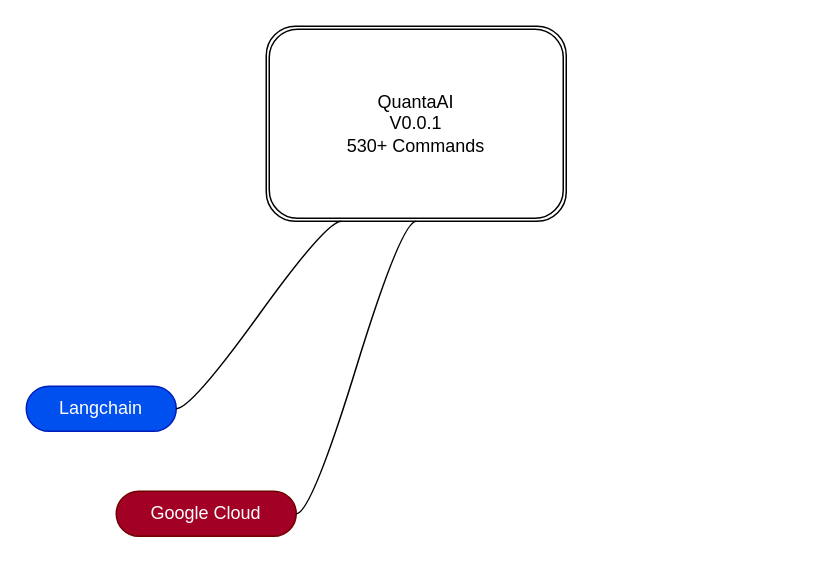
wadedesign/QuantaAI keeps this draw.io diagram as QuantaProjects/Base/wadder.drawio. Above is the earlier version. Source tidied: cells renumbered, new cells numbered last; positions are measured from the earlier drawing's top-left corner, leaving out a move shared by most shapes. Both pictures are drawn from the tidied source at 150%, with x=0, y=0 at pixel (26, 26).
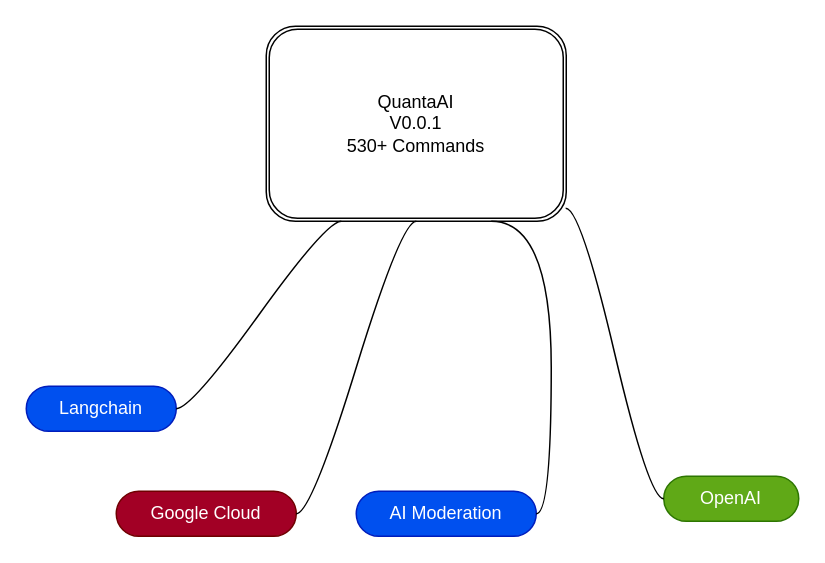
The same diagram, later.

Commit message:
Wednesday, June 14, 2023 at 12:34 PM Central Daylight Time

Diff of the diagram source:
```diff
@@
 <mxGraphModel>
   <root>
     <mxCell id="0" />
     <mxCell id="1" parent="0" />
     <mxCell id="2" value="QuantaAI&lt;br&gt;V0.0.1&lt;br&gt;530+ Commands" style="shape=ext;double=1;rounded=1;whiteSpace=wrap;html=1;" parent="1" vertex="1">
       <mxGeometry x="160" width="200" height="130" as="geometry" />
     </mxCell>
     <mxCell id="3" value="Langchain&lt;br&gt;" style="whiteSpace=wrap;html=1;rounded=1;arcSize=50;align=center;verticalAlign=middle;strokeWidth=1;spacing=4;newEdgeStyle={&quot;edgeStyle&quot;:&quot;entityRelationEdgeStyle&quot;,&quot;startArrow&quot;:&quot;none&quot;,&quot;endArrow&quot;:&quot;none&quot;,&quot;segment&quot;:10,&quot;curved&quot;:1,&quot;sourcePerimeterSpacing&quot;:0,&quot;targetPerimeterSpacing&quot;:0};fillColor=#0050ef;fontColor=#ffffff;strokeColor=#001DBC;" parent="1" vertex="1" collapsed="1">
       <mxGeometry y="240" width="100" height="30" as="geometry" />
     </mxCell>
     <mxCell id="4" style="edgeStyle=entityRelationEdgeStyle;startArrow=none;endArrow=none;segment=10;curved=1;sourcePerimeterSpacing=0;targetPerimeterSpacing=0;exitX=0.25;exitY=1;exitDx=0;exitDy=0;" parent="1" edge="1" source="2" target="3">
       <mxGeometry relative="1" as="geometry" />
     </mxCell>
     <mxCell id="5" value="Google Cloud" style="whiteSpace=wrap;html=1;rounded=1;arcSize=50;align=center;verticalAlign=middle;strokeWidth=1;spacing=4;newEdgeStyle={&quot;edgeStyle&quot;:&quot;entityRelationEdgeStyle&quot;,&quot;startArrow&quot;:&quot;none&quot;,&quot;endArrow&quot;:&quot;none&quot;,&quot;segment&quot;:10,&quot;curved&quot;:1,&quot;sourcePerimeterSpacing&quot;:0,&quot;targetPerimeterSpacing&quot;:0};fillColor=#a20025;fontColor=#ffffff;strokeColor=#6F0000;" parent="1" vertex="1">
       <mxGeometry x="60" y="310" width="120" height="30" as="geometry" />
     </mxCell>
     <mxCell id="6" style="edgeStyle=entityRelationEdgeStyle;startArrow=none;endArrow=none;segment=10;curved=1;sourcePerimeterSpacing=0;targetPerimeterSpacing=0;exitX=0.5;exitY=1;exitDx=0;exitDy=0;" parent="1" edge="1" source="2" target="5">
       <mxGeometry relative="1" as="geometry" />
     </mxCell>
+    <mxCell id="7" value="AI Moderation" style="whiteSpace=wrap;html=1;rounded=1;arcSize=50;align=center;verticalAlign=middle;strokeWidth=1;spacing=4;newEdgeStyle={&quot;edgeStyle&quot;:&quot;entityRelationEdgeStyle&quot;,&quot;startArrow&quot;:&quot;none&quot;,&quot;endArrow&quot;:&quot;none&quot;,&quot;segment&quot;:10,&quot;curved&quot;:1,&quot;sourcePerimeterSpacing&quot;:0,&quot;targetPerimeterSpacing&quot;:0};fillColor=#0050ef;fontColor=#ffffff;strokeColor=#001DBC;" parent="1" vertex="1">
+      <mxGeometry x="220" y="310" width="120" height="30" as="geometry" />
+    </mxCell>
+    <mxCell id="8" style="edgeStyle=entityRelationEdgeStyle;startArrow=none;endArrow=none;segment=10;curved=1;sourcePerimeterSpacing=0;targetPerimeterSpacing=0;exitX=0.75;exitY=1;exitDx=0;exitDy=0;" parent="1" edge="1" source="2" target="7">
+      <mxGeometry relative="1" as="geometry" />
+    </mxCell>
+    <mxCell id="9" value="OpenAI" style="whiteSpace=wrap;html=1;rounded=1;arcSize=50;align=center;verticalAlign=middle;strokeWidth=1;spacing=4;newEdgeStyle={&quot;edgeStyle&quot;:&quot;entityRelationEdgeStyle&quot;,&quot;startArrow&quot;:&quot;none&quot;,&quot;endArrow&quot;:&quot;none&quot;,&quot;segment&quot;:10,&quot;curved&quot;:1,&quot;sourcePerimeterSpacing&quot;:0,&quot;targetPerimeterSpacing&quot;:0};fillColor=#60a917;fontColor=#ffffff;strokeColor=#2D7600;" parent="1" vertex="1" collapsed="1">
+      <mxGeometry x="425" y="300" width="90" height="30" as="geometry" />
+    </mxCell>
+    <mxCell id="10" style="edgeStyle=entityRelationEdgeStyle;startArrow=none;endArrow=none;segment=10;curved=1;sourcePerimeterSpacing=0;targetPerimeterSpacing=0;exitX=0.998;exitY=0.933;exitDx=0;exitDy=0;exitPerimeter=0;" parent="1" edge="1" source="2" target="9">
+      <mxGeometry relative="1" as="geometry" />
+    </mxCell>
   </root>
 </mxGraphModel>
```
